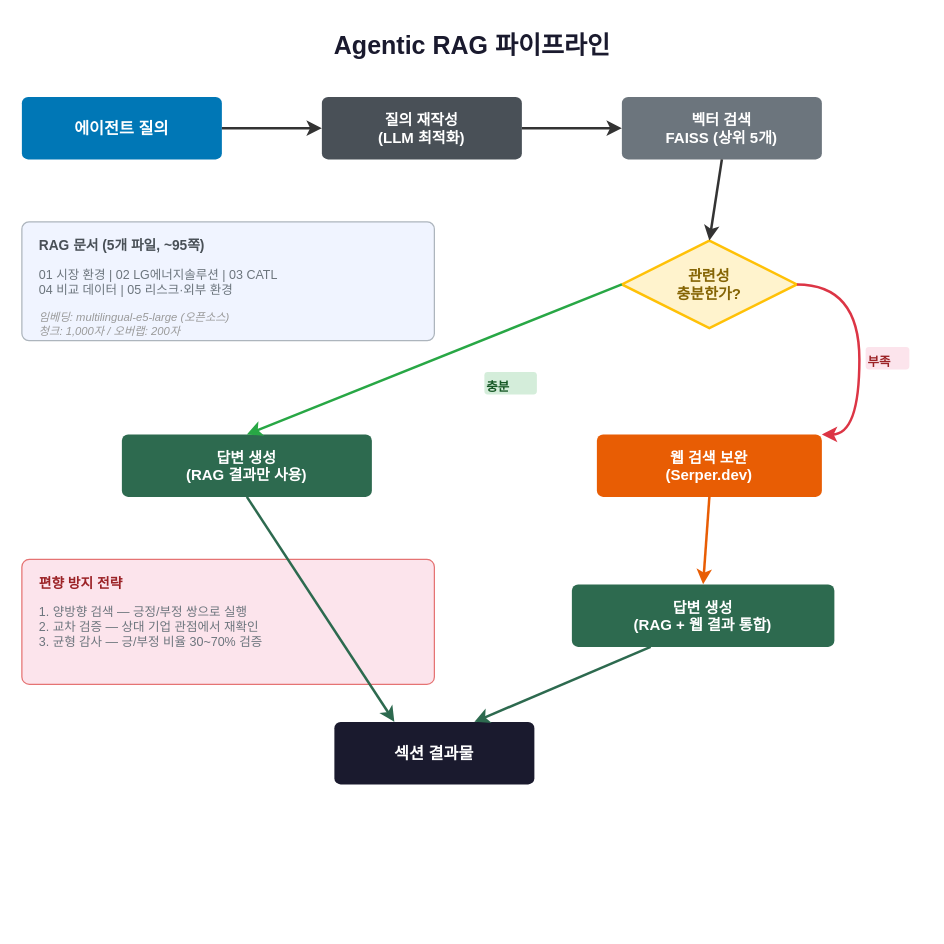
Vsco-Lab/vsco-prototype-2 keeps this draw.io diagram as docs/02_rag_pipeline.drawio. Above is the earlier version. Source tidied: cells renumbered, new cells numbered last; positions are measured from the earlier drawing's top-left corner, leaving out a move shared by most shapes. Both pictures are drawn from the tidied source at 125%, with x=0, y=0 at pixel (21, 21).
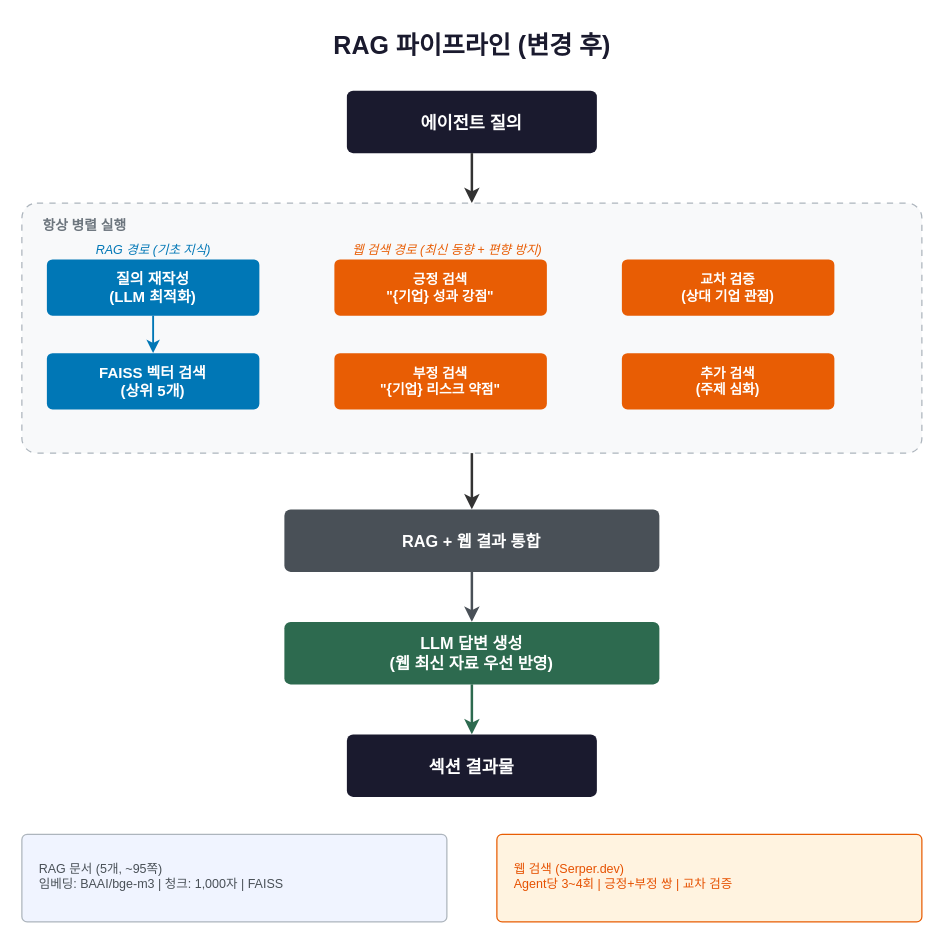
The same page after the edit.

Commit message (it also covers changes not shown here):
feat: 품질 평가 + 웹검색 비교 + RAG 파이프라인 다이어그램 업데이트

Diff of the diagram source:
```diff
@@
-    <mxCell id="2" value="Agentic RAG 파이프라인" style="text;html=1;fontSize=20;fontStyle=1;align=center;verticalAlign=middle;fillColor=none;strokeColor=none;fontColor=#1a1a2e;" parent="1" vertex="1">
+    <mxCell id="2" value="RAG 파이프라인 (변경 후)" style="text;html=1;fontSize=20;fontStyle=1;align=center;verticalAlign=middle;fillColor=none;strokeColor=none;fontColor=#1a1a2e;" parent="1" vertex="1">
       <mxGeometry x="110" width="500" height="35" as="geometry" />
     </mxCell>
-    <mxCell id="3" value="에이전트 질의" style="rounded=1;fillColor=#0077b6;strokeColor=none;fontColor=#ffffff;fontSize=13;fontStyle=1;arcSize=10;" parent="1" vertex="1">
-      <mxGeometry y="60" width="160" height="50" as="geometry" />
+    <mxCell id="3" value="에이전트 질의" style="rounded=1;fillColor=#1a1a2e;strokeColor=none;fontColor=#ffffff;fontSize=14;fontStyle=1;arcSize=10;" parent="1" vertex="1">
+      <mxGeometry x="260" y="55" width="200" height="50" as="geometry" />
     </mxCell>
+    <mxCell id="28" style="rounded=1;fillColor=#f8f9fa;strokeColor=#adb5bd;strokeWidth=1;dashed=1;dashPattern=5 5;arcSize=6;" parent="1" vertex="1">
+      <mxGeometry y="145" width="720" height="200" as="geometry" />
+    </mxCell>
+    <mxCell id="29" value="항상 병렬 실행" style="text;html=1;fontSize=11;fontStyle=1;align=left;verticalAlign=top;fillColor=none;strokeColor=none;fontColor=#6c757d;" parent="1" vertex="1">
+      <mxGeometry x="15" y="150" width="100" height="18" as="geometry" />
+    </mxCell>
-    <mxCell id="4" value="질의 재작성&#10;(LLM 최적화)" style="rounded=1;fillColor=#495057;strokeColor=none;fontColor=#ffffff;fontSize=12;fontStyle=1;arcSize=10;" parent="1" vertex="1">
-      <mxGeometry x="240" y="60" width="160" height="50" as="geometry" />
+    <mxCell id="4" value="질의 재작성&#10;(LLM 최적화)" style="rounded=1;fillColor=#0077b6;strokeColor=none;fontColor=#ffffff;fontSize=12;fontStyle=1;arcSize=10;" parent="1" vertex="1">
+      <mxGeometry x="20" y="190" width="170" height="45" as="geometry" />
     </mxCell>
-    <mxCell id="5" value="벡터 검색&#10;FAISS (상위 5개)" style="rounded=1;fillColor=#6c757d;strokeColor=none;fontColor=#ffffff;fontSize=12;fontStyle=1;arcSize=10;" parent="1" vertex="1">
-      <mxGeometry x="480" y="60" width="160" height="50" as="geometry" />
+    <mxCell id="5" value="FAISS 벡터 검색&#10;(상위 5개)" style="rounded=1;fillColor=#0077b6;strokeColor=none;fontColor=#ffffff;fontSize=12;fontStyle=1;arcSize=10;" parent="1" vertex="1">
+      <mxGeometry x="20" y="265" width="170" height="45" as="geometry" />
     </mxCell>
-    <mxCell id="6" style="rounded=1;fillColor=#f0f4ff;strokeColor=#adb5bd;strokeWidth=1;arcSize=6;" parent="1" vertex="1">
-      <mxGeometry y="160" width="330" height="95" as="geometry" />
-    </mxCell>
-    <mxCell id="7" value="RAG 문서 (5개 파일, ~95쪽)" style="text;html=1;fontSize=11;fontStyle=1;align=left;verticalAlign=top;fillColor=none;strokeColor=none;fontColor=#495057;" parent="1" vertex="1">
-      <mxGeometry x="12" y="166" width="250" height="18" as="geometry" />
-    </mxCell>
-    <mxCell id="8" value="01 시장 환경 | 02 LG에너지솔루션 | 03 CATL&#10;04 비교 데이터 | 05 리스크·외부 환경" style="text;html=1;fontSize=10;fontStyle=0;align=left;verticalAlign=top;fillColor=none;strokeColor=none;fontColor=#6c757d;" parent="1" vertex="1">
-      <mxGeometry x="12" y="190" width="310" height="30" as="geometry" />
-    </mxCell>
-    <mxCell id="9" value="임베딩: multilingual-e5-large (오픈소스)&#10;청크: 1,000자 / 오버랩: 200자" style="text;html=1;fontSize=9;fontStyle=2;align=left;verticalAlign=top;fillColor=none;strokeColor=none;fontColor=#999999;" parent="1" vertex="1">
-      <mxGeometry x="12" y="225" width="300" height="25" as="geometry" />
-    </mxCell>
+    <mxCell id="30" value="RAG 경로 (기초 지식)" style="text;html=1;fontSize=10;fontStyle=2;align=center;fillColor=none;strokeColor=none;fontColor=#0077b6;" parent="1" vertex="1">
+      <mxGeometry x="20" y="170" width="170" height="16" as="geometry" />
+    </mxCell>
-    <mxCell id="10" value="관련성&#10;충분한가?" style="rhombus;fillColor=#fff3cd;strokeColor=#ffc107;strokeWidth=2;fontSize=12;fontStyle=1;fontColor=#856404;" parent="1" vertex="1">
-      <mxGeometry x="480" y="175" width="140" height="70" as="geometry" />
+    <mxCell id="10" value="긍정 검색&#10;&quot;{기업} 성과 강점&quot;" style="rounded=1;fillColor=#e85d04;strokeColor=none;fontColor=#ffffff;fontSize=11;fontStyle=1;arcSize=10;" parent="1" vertex="1">
+      <mxGeometry x="250" y="190" width="170" height="45" as="geometry" />
     </mxCell>
-    <mxCell id="11" value="답변 생성&#10;(RAG 결과만 사용)" style="rounded=1;fillColor=#2d6a4f;strokeColor=none;fontColor=#ffffff;fontSize=12;fontStyle=1;arcSize=10;" parent="1" vertex="1">
-      <mxGeometry x="80" y="330" width="200" height="50" as="geometry" />
+    <mxCell id="11" value="부정 검색&#10;&quot;{기업} 리스크 약점&quot;" style="rounded=1;fillColor=#e85d04;strokeColor=none;fontColor=#ffffff;fontSize=11;fontStyle=1;arcSize=10;" parent="1" vertex="1">
+      <mxGeometry x="250" y="265" width="170" height="45" as="geometry" />
     </mxCell>
+    <mxCell id="31" value="웹 검색 경로 (최신 동향 + 편향 방지)" style="text;html=1;fontSize=10;fontStyle=2;align=center;fillColor=none;strokeColor=none;fontColor=#e85d04;" parent="1" vertex="1">
+      <mxGeometry x="230" y="170" width="220" height="16" as="geometry" />
+    </mxCell>
-    <mxCell id="12" value="웹 검색 보완&#10;(Serper.dev)" style="rounded=1;fillColor=#e85d04;strokeColor=none;fontColor=#ffffff;fontSize=12;fontStyle=1;arcSize=10;" parent="1" vertex="1">
-      <mxGeometry x="460" y="330" width="180" height="50" as="geometry" />
+    <mxCell id="12" value="교차 검증&#10;(상대 기업 관점)" style="rounded=1;fillColor=#e85d04;strokeColor=none;fontColor=#ffffff;fontSize=11;fontStyle=1;arcSize=10;" parent="1" vertex="1">
+      <mxGeometry x="480" y="190" width="170" height="45" as="geometry" />
     </mxCell>
-    <mxCell id="13" value="답변 생성&#10;(RAG + 웹 결과 통합)" style="rounded=1;fillColor=#2d6a4f;strokeColor=none;fontColor=#ffffff;fontSize=12;fontStyle=1;arcSize=10;" parent="1" vertex="1">
-      <mxGeometry x="440" y="450" width="210" height="50" as="geometry" />
+    <mxCell id="13" value="추가 검색&#10;(주제 심화)" style="rounded=1;fillColor=#e85d04;strokeColor=none;fontColor=#ffffff;fontSize=11;fontStyle=1;arcSize=10;" parent="1" vertex="1">
+      <mxGeometry x="480" y="265" width="170" height="45" as="geometry" />
     </mxCell>
-    <mxCell id="14" value="섹션 결과물" style="rounded=1;fillColor=#1a1a2e;strokeColor=none;fontColor=#ffffff;fontSize=13;fontStyle=1;arcSize=10;" parent="1" vertex="1">
-      <mxGeometry x="250" y="560" width="160" height="50" as="geometry" />
+    <mxCell id="14" value="RAG + 웹 결과 통합" style="rounded=1;fillColor=#495057;strokeColor=none;fontColor=#ffffff;fontSize=13;fontStyle=1;arcSize=10;" parent="1" vertex="1">
+      <mxGeometry x="210" y="390" width="300" height="50" as="geometry" />
     </mxCell>
-    <mxCell id="15" style="rounded=1;fillColor=#fce4ec;strokeColor=#e57373;strokeWidth=1;arcSize=6;" parent="1" vertex="1">
-      <mxGeometry y="430" width="330" height="100" as="geometry" />
-    </mxCell>
-    <mxCell id="16" value="편향 방지 전략" style="text;html=1;fontSize=11;fontStyle=1;align=left;verticalAlign=top;fillColor=none;strokeColor=none;fontColor=#9b2226;" parent="1" vertex="1">
-      <mxGeometry x="12" y="436" width="120" height="18" as="geometry" />
-    </mxCell>
-    <mxCell id="17" value="1. 양방향 검색 — 긍정/부정 쌍으로 실행&#10;2. 교차 검증 — 상대 기업 관점에서 재확인&#10;3. 균형 감사 — 긍/부정 비율 30~70% 검증" style="text;html=1;fontSize=10;fontStyle=0;align=left;verticalAlign=top;fillColor=none;strokeColor=none;fontColor=#6c757d;" parent="1" vertex="1">
-      <mxGeometry x="12" y="460" width="300" height="60" as="geometry" />
-    </mxCell>
-    <mxCell id="18" style="endArrow=classic;strokeColor=#333;strokeWidth=2;" parent="1" edge="1" source="3" target="4">
-      <mxGeometry relative="1" as="geometry" />
-    </mxCell>
+    <mxCell id="6" value="LLM 답변 생성&#10;(웹 최신 자료 우선 반영)" style="rounded=1;fillColor=#2d6a4f;strokeColor=none;fontColor=#ffffff;fontSize=13;fontStyle=1;arcSize=10;" parent="1" vertex="1">
+      <mxGeometry x="210" y="480" width="300" height="50" as="geometry" />
+    </mxCell>
+    <mxCell id="32" value="섹션 결과물" style="rounded=1;fillColor=#1a1a2e;strokeColor=none;fontColor=#ffffff;fontSize=14;fontStyle=1;arcSize=10;" parent="1" vertex="1">
+      <mxGeometry x="260" y="570" width="200" height="50" as="geometry" />
+    </mxCell>
+    <mxCell id="33" style="rounded=1;fillColor=#f0f4ff;strokeColor=#adb5bd;strokeWidth=1;arcSize=6;" parent="1" vertex="1">
+      <mxGeometry y="650" width="340" height="70" as="geometry" />
+    </mxCell>
+    <mxCell id="34" value="RAG 문서 (5개, ~95쪽)&#10;임베딩: BAAI/bge-m3 | 청크: 1,000자 | FAISS" style="text;html=1;fontSize=10;fontStyle=0;align=left;verticalAlign=middle;fillColor=none;strokeColor=none;fontColor=#495057;" parent="1" vertex="1">
+      <mxGeometry x="12" y="655" width="320" height="55" as="geometry" />
+    </mxCell>
+    <mxCell id="35" style="rounded=1;fillColor=#fff3e0;strokeColor=#e85d04;strokeWidth=1;arcSize=6;" parent="1" vertex="1">
+      <mxGeometry x="380" y="650" width="340" height="70" as="geometry" />
+    </mxCell>
+    <mxCell id="36" value="웹 검색 (Serper.dev)&#10;Agent당 3~4회 | 긍정+부정 쌍 | 교차 검증" style="text;html=1;fontSize=10;fontStyle=0;align=left;verticalAlign=middle;fillColor=none;strokeColor=none;fontColor=#e65100;" parent="1" vertex="1">
+      <mxGeometry x="392" y="655" width="320" height="55" as="geometry" />
+    </mxCell>
+    <mxCell id="37" style="endArrow=classic;strokeColor=#333;strokeWidth=2;exitX=0.5;exitY=1;exitDx=0;exitDy=0;entryX=0.5;entryY=0;entryDx=0;entryDy=0;" parent="1" edge="1" source="3" target="28">
+      <mxGeometry relative="1" as="geometry" />
+    </mxCell>
-    <mxCell id="19" style="endArrow=classic;strokeColor=#333;strokeWidth=2;" parent="1" edge="1" source="4" target="5">
+    <mxCell id="19" style="endArrow=classic;strokeColor=#0077b6;strokeWidth=1.5;exitX=0.5;exitY=1;exitDx=0;exitDy=0;entryX=0.5;entryY=0;entryDx=0;entryDy=0;" parent="1" edge="1" source="4" target="5">
       <mxGeometry relative="1" as="geometry" />
     </mxCell>
-    <mxCell id="20" style="endArrow=classic;strokeColor=#333;strokeWidth=2;exitX=0.5;exitY=1;exitDx=0;exitDy=0;entryX=0.5;entryY=0;entryDx=0;entryDy=0;" parent="1" edge="1" source="5" target="10">
-      <mxGeometry relative="1" as="geometry" />
-    </mxCell>
-    <mxCell id="21" style="endArrow=classic;strokeColor=#28a745;strokeWidth=2;exitX=0;exitY=0.5;exitDx=0;exitDy=0;entryX=0.5;entryY=0;entryDx=0;entryDy=0;curved=1;" parent="1" edge="1" source="10" target="11">
-      <mxGeometry relative="1" as="geometry" />
-    </mxCell>
-    <mxCell id="22" value="충분" style="text;html=1;fontSize=10;fontStyle=1;fillColor=#d4edda;strokeColor=none;rounded=1;fontColor=#155724;" parent="1" vertex="1">
-      <mxGeometry x="370" y="280" width="42" height="18" as="geometry" />
-    </mxCell>
-    <mxCell id="23" style="endArrow=classic;strokeColor=#dc3545;strokeWidth=2;exitX=1;exitY=0.5;exitDx=0;exitDy=0;entryX=1;entryY=0;entryDx=0;entryDy=0;curved=1;" parent="1" edge="1" source="10" target="12">
-      <mxGeometry relative="1" as="geometry">
-        <Array as="points">
-          <mxPoint x="670" y="210" />
-          <mxPoint x="670" y="330" />
-        </Array>
-      </mxGeometry>
-    </mxCell>
-    <mxCell id="24" value="부족" style="text;html=1;fontSize=10;fontStyle=1;fillColor=#fce4ec;strokeColor=none;rounded=1;fontColor=#9b2226;" parent="1" vertex="1">
-      <mxGeometry x="675" y="260" width="35" height="18" as="geometry" />
-    </mxCell>
-    <mxCell id="25" style="endArrow=classic;strokeColor=#2d6a4f;strokeWidth=2;exitX=0.5;exitY=1;exitDx=0;exitDy=0;entryX=0.3;entryY=0;entryDx=0;entryDy=0;curved=1;" parent="1" edge="1" source="11" target="14">
-      <mxGeometry relative="1" as="geometry" />
-    </mxCell>
-    <mxCell id="26" style="endArrow=classic;strokeColor=#e85d04;strokeWidth=2;exitX=0.5;exitY=1;exitDx=0;exitDy=0;entryX=0.5;entryY=0;entryDx=0;entryDy=0;" parent="1" edge="1" source="12" target="13">
-      <mxGeometry relative="1" as="geometry" />
-    </mxCell>
-    <mxCell id="27" style="endArrow=classic;strokeColor=#2d6a4f;strokeWidth=2;exitX=0.3;exitY=1;exitDx=0;exitDy=0;entryX=0.7;entryY=0;entryDx=0;entryDy=0;curved=1;" parent="1" edge="1" source="13" target="14">
-      <mxGeometry relative="1" as="geometry" />
-    </mxCell>
+    <mxCell id="38" style="endArrow=classic;strokeColor=#333;strokeWidth=2;exitX=0.5;exitY=1;exitDx=0;exitDy=0;entryX=0.5;entryY=0;entryDx=0;entryDy=0;" parent="1" edge="1" source="28" target="14">
+      <mxGeometry relative="1" as="geometry" />
+    </mxCell>
+    <mxCell id="39" style="endArrow=classic;strokeColor=#495057;strokeWidth=2;exitX=0.5;exitY=1;exitDx=0;exitDy=0;entryX=0.5;entryY=0;entryDx=0;entryDy=0;" parent="1" edge="1" source="14" target="6">
+      <mxGeometry relative="1" as="geometry" />
+    </mxCell>
+    <mxCell id="40" style="endArrow=classic;strokeColor=#2d6a4f;strokeWidth=2;exitX=0.5;exitY=1;exitDx=0;exitDy=0;entryX=0.5;entryY=0;entryDx=0;entryDy=0;" parent="1" edge="1" source="6" target="32">
+      <mxGeometry relative="1" as="geometry" />
+    </mxCell>
```
